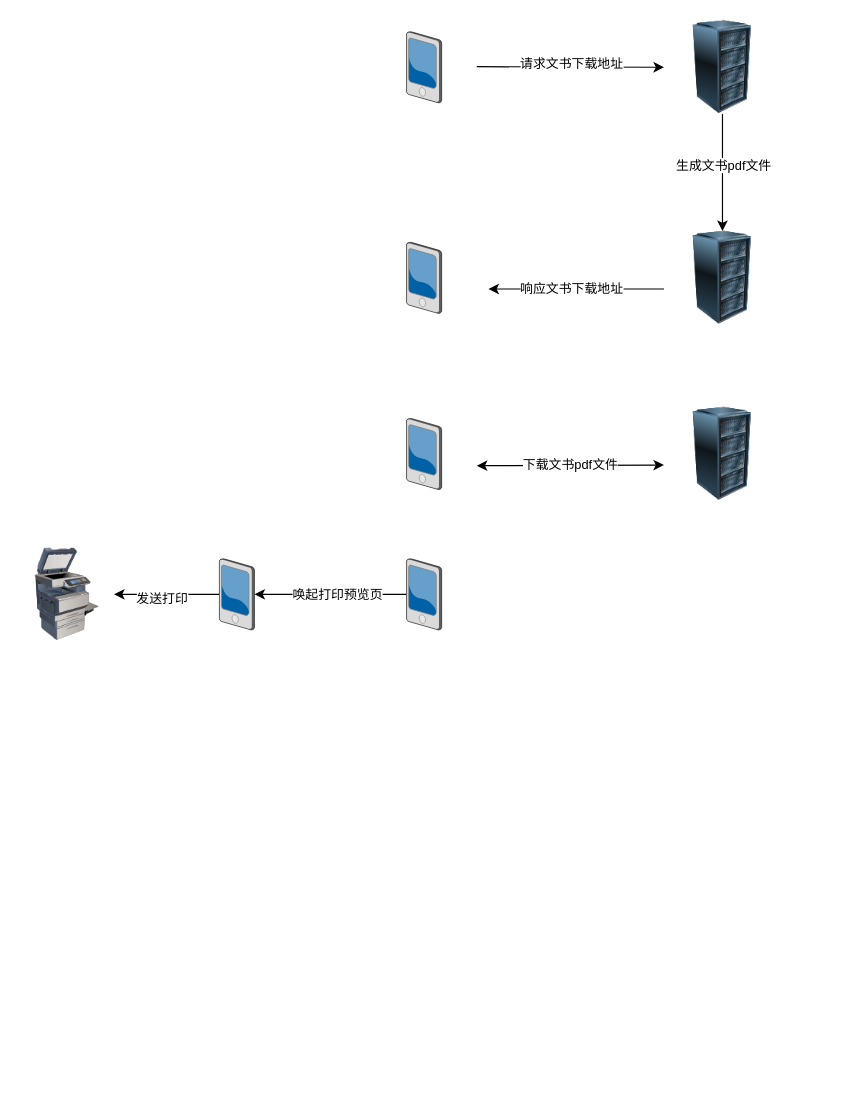
tangme/flowchart keeps this draw.io diagram as print.drawio. Above is the earlier version. Source tidied: cells renumbered, new cells numbered last; positions are measured from the earlier drawing's top-left corner, leaving out a move shared by most shapes. Both pictures are drawn from the tidied source at 117%, with x=0, y=0 at pixel (20, 20).
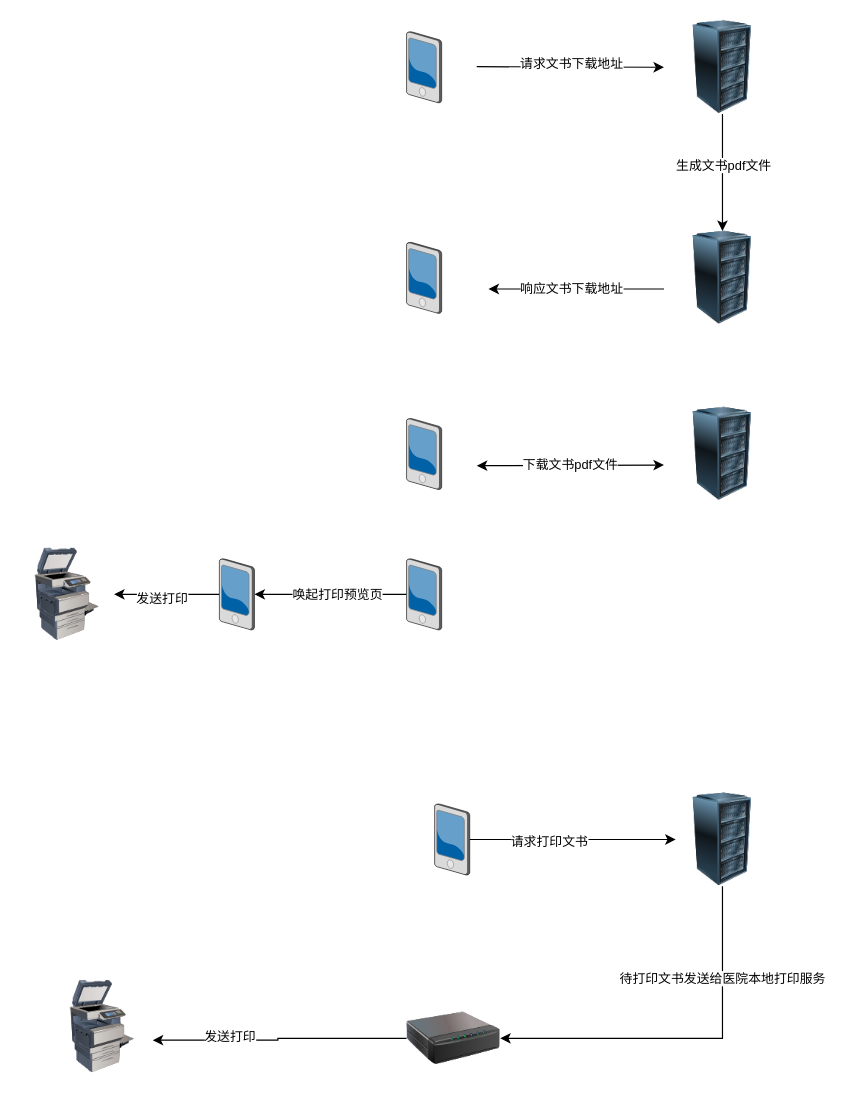
The same page after the edit.

What changed in the source:
```diff
@@
+    <mxCell id="23" style="edgeStyle=orthogonalEdgeStyle;rounded=0;jettySize=auto;html=1;" parent="1" edge="1" source="25" target="29">
+      <mxGeometry relative="1" as="geometry" />
+    </mxCell>
+    <mxCell id="24" value="请求打印文书" style="edgeLabel;html=1;align=center;verticalAlign=middle;" parent="23" vertex="1">
+      <mxGeometry x="-0.24" relative="1" as="geometry">
+        <mxPoint y="1" as="offset" />
+      </mxGeometry>
+    </mxCell>
+    <mxCell id="25" style="verticalLabelPosition=bottom;sketch=0;html=1;verticalAlign=top;strokeColor=none;align=center;outlineConnect=0;shape=mxgraph.citrix.pda;" parent="1" vertex="1">
+      <mxGeometry x="354" y="669.5" width="30" height="61" as="geometry" />
+    </mxCell>
+    <mxCell id="26" style="image;html=1;image=img/lib/clip_art/computers/Printer_Commercial_128x128.png;" parent="1" vertex="1">
+      <mxGeometry x="30" y="820" width="80" height="80" as="geometry" />
+    </mxCell>
+    <mxCell id="27" style="edgeStyle=orthogonalEdgeStyle;rounded=0;jettySize=auto;html=1;entryX=1;entryY=0.5;entryDx=0;entryDy=0;" parent="1" edge="1" source="29" target="32">
+      <mxGeometry relative="1" as="geometry">
+        <Array as="points">
+          <mxPoint x="600" y="870" />
+        </Array>
+      </mxGeometry>
+    </mxCell>
+    <mxCell id="28" value="待打印文书发送给医院本地打印服务" style="edgeLabel;html=1;align=center;verticalAlign=middle;" parent="27" vertex="1">
+      <mxGeometry x="-0.52" y="-1" relative="1" as="geometry">
+        <mxPoint y="1" as="offset" />
+      </mxGeometry>
+    </mxCell>
+    <mxCell id="29" style="image;html=1;image=img/lib/clip_art/computers/Server_Rack_128x128.png;" parent="1" vertex="1">
+      <mxGeometry x="560" y="660" width="80" height="80" as="geometry" />
+    </mxCell>
+    <mxCell id="30" style="edgeStyle=orthogonalEdgeStyle;rounded=0;jettySize=auto;html=1;entryX=1.038;entryY=0.644;entryDx=0;entryDy=0;entryPerimeter=0;" parent="1" edge="1" source="32" target="26">
+      <mxGeometry relative="1" as="geometry" />
+    </mxCell>
+    <mxCell id="31" value="发送打印" style="edgeLabel;html=1;align=center;verticalAlign=middle;" parent="30" vertex="1">
+      <mxGeometry x="0.4" y="-3" relative="1" as="geometry" />
+    </mxCell>
+    <mxCell id="32" style="image;html=1;image=img/lib/clip_art/networking/Print_Server_128x128.png;" parent="1" vertex="1">
+      <mxGeometry x="330" y="830" width="80" height="80" as="geometry" />
+    </mxCell>
```
